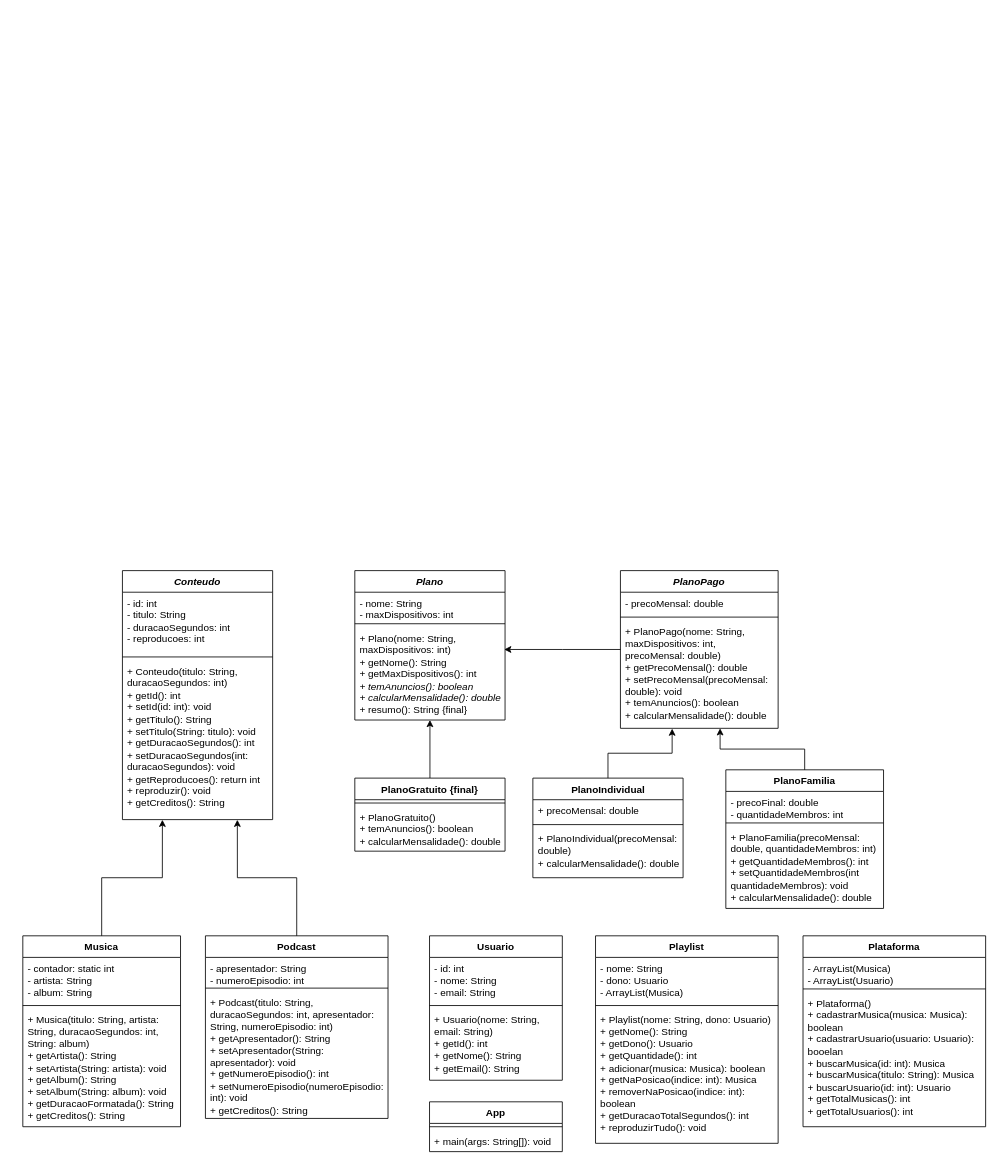
The draw.io diagram ProgramacaoOrientadaAObjetos/Unidade01/sonoraFase08/SonoraFase08.drawio in bijunkes/BCC, before the edit. Source tidied: cells renumbered, new cells numbered last; positions are measured from the earlier drawing's top-left corner, leaving out a move shared by most shapes. Both pictures are drawn from the tidied source at 83%, with x=0, y=0 at pixel (22, 570).
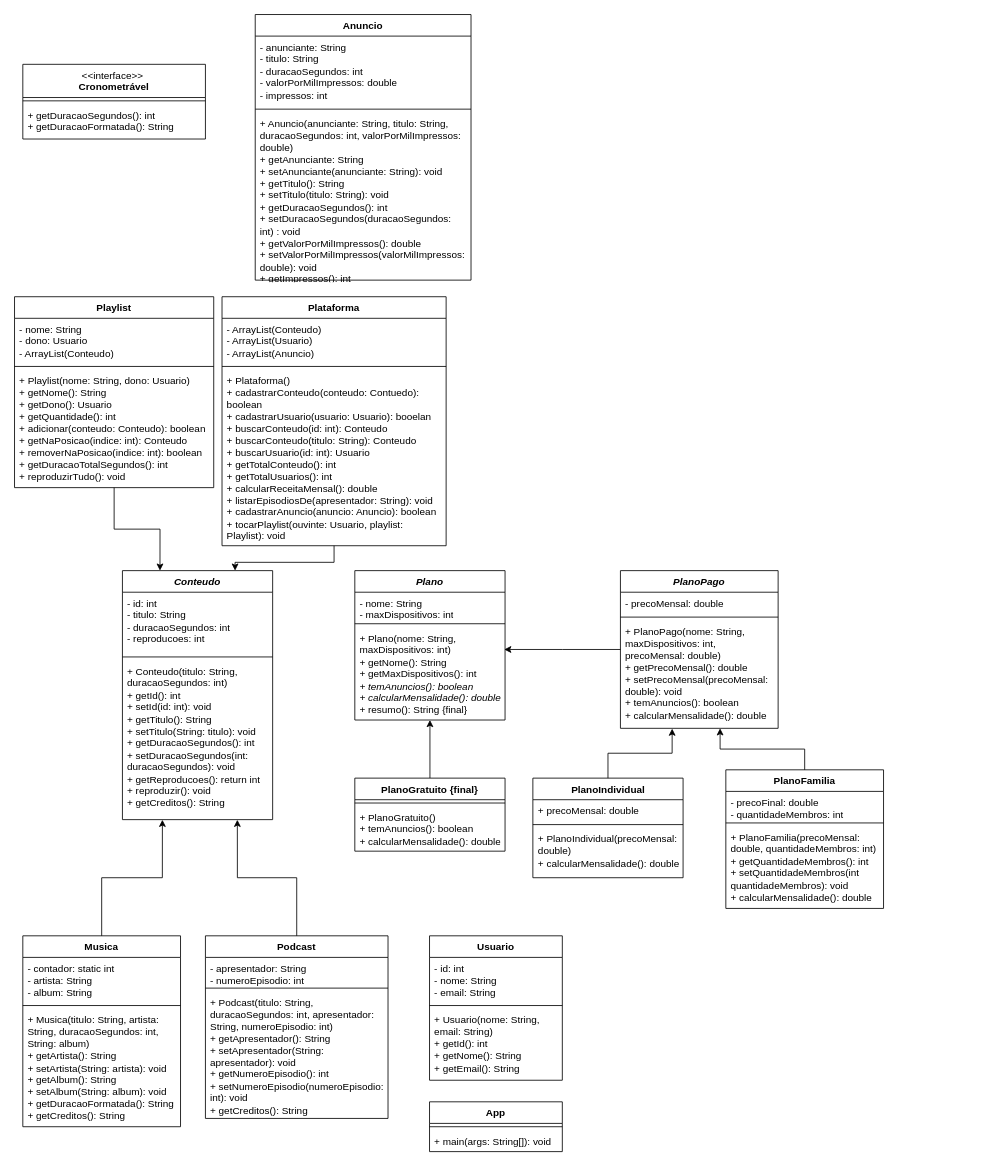
Above is the later version.

Unchanged cells that the change refers to:
```xml
<mxCell id="21" value="&lt;i&gt;Conteudo&lt;/i&gt;" style="swimlane;fontStyle=1;align=center;verticalAlign=top;horizontal=1;startSize=26;whiteSpace=wrap;html=1;" parent="1" vertex="1">
  <mxGeometry x="120" width="181" height="300" as="geometry" />
</mxCell>
```

Change to the diagram source:
```diff
@@
+    <mxCell id="54" style="edgeStyle=orthogonalEdgeStyle;rounded=0;jettySize=auto;html=1;exitX=0.5;exitY=1;exitDx=0;exitDy=0;entryX=0.25;entryY=0;entryDx=0;entryDy=0;" parent="1" edge="1" source="10" target="21">
+      <mxGeometry relative="1" as="geometry" />
+    </mxCell>
     <mxCell id="10" value="Playlist" style="swimlane;fontStyle=1;align=center;verticalAlign=top;horizontal=1;startSize=26;whiteSpace=wrap;html=1;" parent="1" vertex="1">
-      <mxGeometry x="690" y="440" width="220" height="250" as="geometry" />
+      <mxGeometry x="-10" y="-330" width="240" height="230" as="geometry" />
     </mxCell>
-    <mxCell id="11" value="- nome: String&lt;div&gt;- dono: Usuario&lt;/div&gt;&lt;div&gt;- ArrayList(Musica)&lt;br&gt;&lt;/div&gt;" style="text;strokeColor=none;fillColor=none;align=left;verticalAlign=top;spacingLeft=4;spacingRight=4;overflow=hidden;whiteSpace=wrap;html=1;" parent="10" vertex="1">
-      <mxGeometry y="26" width="220" height="54" as="geometry" />
+    <mxCell id="11" value="- nome: String&lt;div&gt;- dono: Usuario&lt;/div&gt;&lt;div&gt;- ArrayList(Conteudo)&lt;br&gt;&lt;/div&gt;" style="text;strokeColor=none;fillColor=none;align=left;verticalAlign=top;spacingLeft=4;spacingRight=4;overflow=hidden;whiteSpace=wrap;html=1;" parent="10" vertex="1">
+      <mxGeometry y="26" width="240" height="54" as="geometry" />
     </mxCell>
     <mxCell id="12" style="line;strokeWidth=1;fillColor=none;align=left;verticalAlign=middle;spacingTop=-1;spacingLeft=3;spacingRight=3;labelPosition=right;strokeColor=inherit;" parent="10" vertex="1">
-      <mxGeometry y="80" width="220" height="8" as="geometry" />
+      <mxGeometry y="80" width="240" height="8" as="geometry" />
     </mxCell>
-    <mxCell id="13" value="+ Playlist(nome: String, dono: Usuario)&lt;div&gt;+ getNome(): String&lt;/div&gt;&lt;div&gt;+ getDono(): Usuario&lt;/div&gt;&lt;div&gt;+ getQuantidade(): int&lt;/div&gt;&lt;div&gt;+ adicionar(musica: Musica): boolean&lt;/div&gt;&lt;div&gt;+ getNaPosicao(indice: int): Musica&lt;/div&gt;&lt;div&gt;+ removerNaPosicao(indice: int): boolean&lt;/div&gt;&lt;div&gt;+ getDuracaoTotalSegundos(): int&lt;/div&gt;&lt;div&gt;+ reproduzirTudo(): void&lt;/div&gt;" style="text;strokeColor=none;fillColor=none;align=left;verticalAlign=top;spacingLeft=4;spacingRight=4;overflow=hidden;whiteSpace=wrap;html=1;" parent="10" vertex="1">
-      <mxGeometry y="88" width="220" height="162" as="geometry" />
+    <mxCell id="13" value="+ Playlist(nome: String, dono: Usuario)&lt;div&gt;+ getNome(): String&lt;/div&gt;&lt;div&gt;+ getDono(): Usuario&lt;/div&gt;&lt;div&gt;+ getQuantidade(): int&lt;/div&gt;&lt;div&gt;+ adicionar(conteudo: Conteudo): boolean&lt;/div&gt;&lt;div&gt;+ getNaPosicao(indice: int): Conteudo&lt;/div&gt;&lt;div&gt;+ removerNaPosicao(indice: int): boolean&lt;/div&gt;&lt;div&gt;+ getDuracaoTotalSegundos(): int&lt;/div&gt;&lt;div&gt;+ reproduzirTudo(): void&lt;/div&gt;" style="text;strokeColor=none;fillColor=none;align=left;verticalAlign=top;spacingLeft=4;spacingRight=4;overflow=hidden;whiteSpace=wrap;html=1;" parent="10" vertex="1">
+      <mxGeometry y="88" width="240" height="142" as="geometry" />
     </mxCell>
+    <mxCell id="55" style="edgeStyle=orthogonalEdgeStyle;rounded=0;jettySize=auto;html=1;exitX=0.5;exitY=1;exitDx=0;exitDy=0;entryX=0.75;entryY=0;entryDx=0;entryDy=0;" parent="1" edge="1" source="14" target="21">
+      <mxGeometry relative="1" as="geometry" />
+    </mxCell>
     <mxCell id="14" value="Plataforma" style="swimlane;fontStyle=1;align=center;verticalAlign=top;horizontal=1;startSize=26;whiteSpace=wrap;html=1;" parent="1" vertex="1">
-      <mxGeometry x="940" y="440" width="220" height="230" as="geometry" />
+      <mxGeometry x="240" y="-330" width="270" height="300" as="geometry" />
     </mxCell>
-    <mxCell id="15" value="- ArrayList(Musica)&lt;div&gt;- ArrayList(Usuario)&lt;/div&gt;" style="text;strokeColor=none;fillColor=none;align=left;verticalAlign=top;spacingLeft=4;spacingRight=4;overflow=hidden;whiteSpace=wrap;html=1;" parent="14" vertex="1">
-      <mxGeometry y="26" width="220" height="34" as="geometry" />
+    <mxCell id="15" value="- ArrayList(Conteudo)&lt;div&gt;- ArrayList(Usuario)&lt;/div&gt;&lt;div&gt;- ArrayList(Anuncio)&lt;/div&gt;" style="text;strokeColor=none;fillColor=none;align=left;verticalAlign=top;spacingLeft=4;spacingRight=4;overflow=hidden;whiteSpace=wrap;html=1;" parent="14" vertex="1">
+      <mxGeometry y="26" width="270" height="54" as="geometry" />
     </mxCell>
     <mxCell id="16" style="line;strokeWidth=1;fillColor=none;align=left;verticalAlign=middle;spacingTop=-1;spacingLeft=3;spacingRight=3;labelPosition=right;strokeColor=inherit;" parent="14" vertex="1">
-      <mxGeometry y="60" width="220" height="8" as="geometry" />
+      <mxGeometry y="80" width="270" height="8" as="geometry" />
     </mxCell>
-    <mxCell id="17" value="+ Plataforma()&lt;div&gt;+ cadastrarMusica(musica: Musica): boolean&lt;/div&gt;&lt;div&gt;+ cadastrarUsuario(usuario: Usuario): booelan&lt;/div&gt;&lt;div&gt;+ buscarMusica(id: int): Musica&lt;/div&gt;&lt;div&gt;+ buscarMusica(titulo: String): Musica&lt;/div&gt;&lt;div&gt;+ buscarUsuario(id: int): Usuario&lt;/div&gt;&lt;div&gt;+ getTotalMusicas(): int&lt;/div&gt;&lt;div&gt;+ getTotalUsuarios(): int&lt;/div&gt;" style="text;strokeColor=none;fillColor=none;align=left;verticalAlign=top;spacingLeft=4;spacingRight=4;overflow=hidden;whiteSpace=wrap;html=1;" parent="14" vertex="1">
-      <mxGeometry y="68" width="220" height="162" as="geometry" />
+    <mxCell id="17" value="+ Plataforma()&lt;div&gt;+ cadastrarConteudo(conteudo: Contuedo): boolean&lt;/div&gt;&lt;div&gt;+ cadastrarUsuario(usuario: Usuario): booelan&lt;/div&gt;&lt;div&gt;+ buscarConteudo(id: int): Conteudo&lt;/div&gt;&lt;div&gt;+ buscarConteudo(titulo: String): Conteudo&lt;/div&gt;&lt;div&gt;+ buscarUsuario(id: int): Usuario&lt;/div&gt;&lt;div&gt;+ getTotalConteudo(): int&lt;/div&gt;&lt;div&gt;+ getTotalUsuarios(): int&lt;/div&gt;&lt;div&gt;+ calcularReceitaMensal(): double&lt;/div&gt;&lt;div&gt;+ listarEpisodiosDe(apresentador: String): void&lt;/div&gt;&lt;div&gt;+ cadastrarAnuncio(anuncio: Anuncio): boolean&lt;/div&gt;&lt;div&gt;+ tocarPlaylist(ouvinte: Usuario, playlist: Playlist): void&lt;/div&gt;" style="text;strokeColor=none;fillColor=none;align=left;verticalAlign=top;spacingLeft=4;spacingRight=4;overflow=hidden;whiteSpace=wrap;html=1;" parent="14" vertex="1">
+      <mxGeometry y="88" width="270" height="212" as="geometry" />
     </mxCell>
@@
+    <mxCell id="56" value="Anuncio" style="swimlane;fontStyle=1;align=center;verticalAlign=top;horizontal=1;startSize=26;whiteSpace=wrap;html=1;" parent="1" vertex="1">
+      <mxGeometry x="280" y="-670" width="260" height="320" as="geometry" />
+    </mxCell>
+    <mxCell id="57" value="- anunciante: String&lt;div&gt;- titulo: String&lt;/div&gt;&lt;div&gt;- duracaoSegundos: int&lt;/div&gt;&lt;div&gt;- valorPorMilImpressos: double&lt;/div&gt;&lt;div&gt;- impressos: int&lt;/div&gt;" style="text;strokeColor=none;fillColor=none;align=left;verticalAlign=top;spacingLeft=4;spacingRight=4;overflow=hidden;whiteSpace=wrap;html=1;" parent="56" vertex="1">
+      <mxGeometry y="26" width="260" height="84" as="geometry" />
+    </mxCell>
+    <mxCell id="58" style="line;strokeWidth=1;fillColor=none;align=left;verticalAlign=middle;spacingTop=-1;spacingLeft=3;spacingRight=3;labelPosition=right;strokeColor=inherit;" parent="56" vertex="1">
+      <mxGeometry y="110" width="260" height="8" as="geometry" />
+    </mxCell>
+    <mxCell id="59" value="+ Anuncio(anunciante: String, titulo: String, duracaoSegundos: int, valorPorMilImpressos: double)&lt;div&gt;+ getAnunciante: String&lt;/div&gt;&lt;div&gt;+ setAnunciante(anunciante: String): void&lt;br&gt;&lt;/div&gt;&lt;div&gt;+ getTitulo(): String&lt;br&gt;+ setTitulo(titulo: String): void&lt;/div&gt;&lt;div&gt;+ getDuracaoSegundos(): int&lt;/div&gt;&lt;div&gt;+ setDuracaoSegundos(duracaoSegundos: int) : void&lt;/div&gt;&lt;div&gt;+ getValorPorMilImpressos(): double&lt;/div&gt;&lt;div&gt;+ setValorPorMilImpressos(valorMilImpressos: double): void&lt;br&gt;+ getImpressos(): int&lt;/div&gt;" style="text;strokeColor=none;fillColor=none;align=left;verticalAlign=top;spacingLeft=4;spacingRight=4;overflow=hidden;whiteSpace=wrap;html=1;" parent="56" vertex="1">
+      <mxGeometry y="118" width="260" height="202" as="geometry" />
+    </mxCell>
+    <mxCell id="60" value="&lt;div&gt;&lt;span style=&quot;font-weight: normal;&quot;&gt;&amp;lt;&amp;lt;interface&amp;gt;&amp;gt;&amp;nbsp;&lt;/span&gt;&lt;/div&gt;&lt;div&gt;&lt;span style=&quot;background-color: transparent; color: light-dark(rgb(0, 0, 0), rgb(255, 255, 255));&quot;&gt;Cronometrável&lt;/span&gt;&lt;/div&gt;" style="swimlane;fontStyle=1;align=center;verticalAlign=top;horizontal=1;startSize=40;whiteSpace=wrap;html=1;" parent="1" vertex="1">
+      <mxGeometry y="-610" width="220" height="90" as="geometry" />
+    </mxCell>
+    <mxCell id="61" style="line;strokeWidth=1;fillColor=none;align=left;verticalAlign=middle;spacingTop=-1;spacingLeft=3;spacingRight=3;labelPosition=right;strokeColor=inherit;" parent="60" vertex="1">
+      <mxGeometry y="40" width="220" height="8" as="geometry" />
+    </mxCell>
+    <mxCell id="62" value="+ getDuracaoSegundos(): int&lt;br&gt;+ getDuracaoFormatada(): String" style="text;strokeColor=none;fillColor=none;align=left;verticalAlign=top;spacingLeft=4;spacingRight=4;overflow=hidden;whiteSpace=wrap;html=1;" parent="60" vertex="1">
+      <mxGeometry y="48" width="220" height="42" as="geometry" />
+    </mxCell>
```
